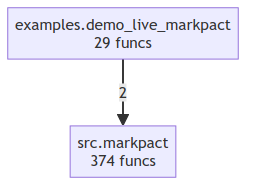
Above: project/compact_flow.png in markpact/markpact (Mermaid), before the change. Its source is kept beside it as project/compact_flow.mmd.
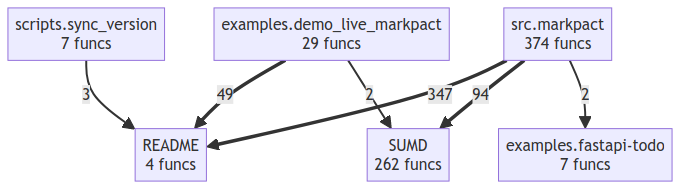
Above is the later version.

Diff of the diagram source:
```diff
@@ -1,4 +1,13 @@
 flowchart TD
+    README["README<br/>4 funcs"]
+    SUMD["SUMD<br/>262 funcs"]
     examples__demo_live_markpact["examples.demo_live_markpact<br/>29 funcs"]
+    examples__fastapi_todo["examples.fastapi-todo<br/>7 funcs"]
+    scripts__sync_version["scripts.sync_version<br/>7 funcs"]
     src__markpact["src.markpact<br/>374 funcs"]
-    examples__demo_live_markpact -->|2| src__markpact
+    src__markpact ==>|347| README
+    src__markpact ==>|94| SUMD
+    examples__demo_live_markpact ==>|49| README
+    scripts__sync_version -->|3| README
+    examples__demo_live_markpact -->|2| SUMD
+    src__markpact -->|2| examples__fastapi_todo
```
